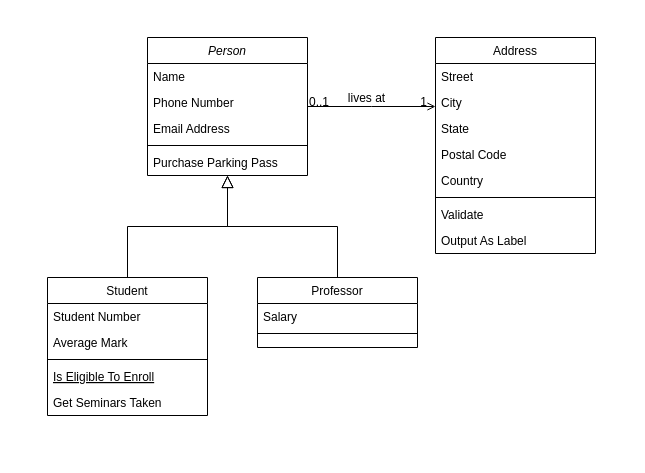
Sanalouafi/snaat-baldi-dashboard keeps this draw.io diagram as class diagram.drawio. Above is the earlier version. Source tidied: cells renumbered, new cells numbered last; positions are measured from the earlier drawing's top-left corner, leaving out a move shared by most shapes. Both pictures are drawn from the tidied source at 100%, with x=0, y=0 at pixel (47, 37).
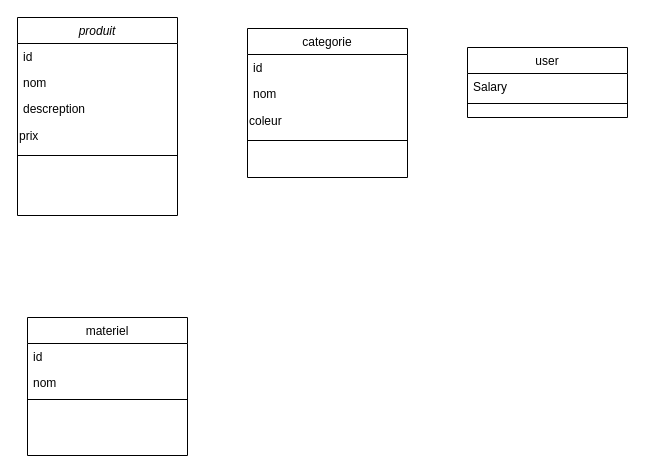
After the change.

Commit message:
ajouter les classes materiel produit categorie

Diff of the diagram source:
```diff
@@
-    <mxCell id="2" value="Person" style="swimlane;fontStyle=2;align=center;verticalAlign=top;horizontal=1;startSize=26;rounded=0;shadow=0;strokeWidth=1;" parent="1" vertex="1">
-      <mxGeometry x="100" width="160" height="138" as="geometry" />
+    <mxCell id="2" value="produit" style="swimlane;fontStyle=2;align=center;verticalAlign=top;horizontal=1;startSize=26;rounded=0;shadow=0;strokeWidth=1;" parent="1" vertex="1">
+      <mxGeometry x="-30" y="-20" width="160" height="198" as="geometry" />
     </mxCell>
-    <mxCell id="3" value="Name" style="text;align=left;verticalAlign=top;spacingLeft=4;spacingRight=4;overflow=hidden;" parent="2" vertex="1">
+    <mxCell id="3" value="id" style="text;align=left;verticalAlign=top;spacingLeft=4;spacingRight=4;overflow=hidden;" parent="2" vertex="1">
       <mxGeometry y="26" width="160" height="26" as="geometry" />
     </mxCell>
-    <mxCell id="4" value="Phone Number" style="text;align=left;verticalAlign=top;spacingLeft=4;spacingRight=4;overflow=hidden;rounded=0;shadow=0;html=0;" parent="2" vertex="1">
+    <mxCell id="4" value="nom" style="text;align=left;verticalAlign=top;spacingLeft=4;spacingRight=4;overflow=hidden;rounded=0;shadow=0;html=0;" parent="2" vertex="1">
       <mxGeometry y="52" width="160" height="26" as="geometry" />
     </mxCell>
-    <mxCell id="5" value="Email Address" style="text;align=left;verticalAlign=top;spacingLeft=4;spacingRight=4;overflow=hidden;rounded=0;shadow=0;html=0;" parent="2" vertex="1">
+    <mxCell id="5" value="descreption" style="text;align=left;verticalAlign=top;spacingLeft=4;spacingRight=4;overflow=hidden;rounded=0;shadow=0;html=0;" parent="2" vertex="1">
       <mxGeometry y="78" width="160" height="26" as="geometry" />
     </mxCell>
+    <mxCell id="32" value="&lt;div align=&quot;left&quot;&gt;prix&lt;/div&gt;" style="text;strokeColor=none;align=left;fillColor=none;html=1;verticalAlign=middle;whiteSpace=wrap;rounded=0;" parent="2" vertex="1">
+      <mxGeometry y="104" width="160" height="30" as="geometry" />
+    </mxCell>
     <mxCell id="6" style="line;html=1;strokeWidth=1;align=left;verticalAlign=middle;spacingTop=-1;spacingLeft=3;spacingRight=3;labelPosition=right;" parent="2" vertex="1">
-      <mxGeometry y="104" width="160" height="8" as="geometry" />
+      <mxGeometry y="134" width="160" height="8" as="geometry" />
     </mxCell>
-    <mxCell id="7" value="Purchase Parking Pass" style="text;align=left;verticalAlign=top;spacingLeft=4;spacingRight=4;overflow=hidden;" parent="2" vertex="1">
-      <mxGeometry y="112" width="160" height="26" as="geometry" />
-    </mxCell>
-    <mxCell id="8" value="Student" style="swimlane;fontStyle=0;align=center;verticalAlign=top;horizontal=1;startSize=26;rounded=0;shadow=0;strokeWidth=1;" parent="1" vertex="1">
-      <mxGeometry y="240" width="160" height="138" as="geometry" />
+    <mxCell id="8" value="materiel" style="swimlane;fontStyle=0;align=center;verticalAlign=top;horizontal=1;startSize=26;rounded=0;shadow=0;strokeWidth=1;" parent="1" vertex="1">
+      <mxGeometry x="-20" y="280" width="160" height="138" as="geometry" />
     </mxCell>
-    <mxCell id="9" value="Student Number" style="text;align=left;verticalAlign=top;spacingLeft=4;spacingRight=4;overflow=hidden;" parent="8" vertex="1">
+    <mxCell id="9" value="id" style="text;align=left;verticalAlign=top;spacingLeft=4;spacingRight=4;overflow=hidden;" parent="8" vertex="1">
       <mxGeometry y="26" width="160" height="26" as="geometry" />
     </mxCell>
-    <mxCell id="10" value="Average Mark" style="text;align=left;verticalAlign=top;spacingLeft=4;spacingRight=4;overflow=hidden;rounded=0;shadow=0;html=0;" parent="8" vertex="1">
+    <mxCell id="10" value="nom" style="text;align=left;verticalAlign=top;spacingLeft=4;spacingRight=4;overflow=hidden;rounded=0;shadow=0;html=0;" parent="8" vertex="1">
       <mxGeometry y="52" width="160" height="26" as="geometry" />
     </mxCell>
@@
-    <mxCell id="12" value="Is Eligible To Enroll" style="text;align=left;verticalAlign=top;spacingLeft=4;spacingRight=4;overflow=hidden;fontStyle=4;" parent="8" vertex="1">
-      <mxGeometry y="86" width="160" height="26" as="geometry" />
-    </mxCell>
-    <mxCell id="13" value="Get Seminars Taken" style="text;align=left;verticalAlign=top;spacingLeft=4;spacingRight=4;overflow=hidden;" parent="8" vertex="1">
-      <mxGeometry y="112" width="160" height="26" as="geometry" />
-    </mxCell>
-    <mxCell id="14" style="endArrow=block;endSize=10;endFill=0;shadow=0;strokeWidth=1;rounded=0;edgeStyle=elbowEdgeStyle;elbow=vertical;" parent="1" edge="1" source="8" target="2">
-      <mxGeometry relative="1" as="geometry" />
-    </mxCell>
-    <mxCell id="15" value="Professor" style="swimlane;fontStyle=0;align=center;verticalAlign=top;horizontal=1;startSize=26;rounded=0;shadow=0;strokeWidth=1;" parent="1" vertex="1">
-      <mxGeometry x="210" y="240" width="160" height="70" as="geometry" />
+    <mxCell id="15" value="user" style="swimlane;fontStyle=0;align=center;verticalAlign=top;horizontal=1;startSize=26;rounded=0;shadow=0;strokeWidth=1;" parent="1" vertex="1">
+      <mxGeometry x="420" y="10" width="160" height="70" as="geometry" />
     </mxCell>
@@
-    <mxCell id="18" style="endArrow=block;endSize=10;endFill=0;shadow=0;strokeWidth=1;rounded=0;edgeStyle=elbowEdgeStyle;elbow=vertical;" parent="1" edge="1" source="15" target="2">
-      <mxGeometry relative="1" as="geometry" />
-    </mxCell>
-    <mxCell id="19" value="Address" style="swimlane;fontStyle=0;align=center;verticalAlign=top;horizontal=1;startSize=26;rounded=0;shadow=0;strokeWidth=1;" parent="1" vertex="1">
-      <mxGeometry x="388" width="160" height="216" as="geometry" />
+    <mxCell id="19" value="categorie" style="swimlane;fontStyle=0;align=center;verticalAlign=top;horizontal=1;startSize=26;rounded=0;shadow=0;strokeWidth=1;" parent="1" vertex="1">
+      <mxGeometry x="200" y="-9" width="160" height="149" as="geometry" />
     </mxCell>
-    <mxCell id="20" value="Street" style="text;align=left;verticalAlign=top;spacingLeft=4;spacingRight=4;overflow=hidden;" parent="19" vertex="1">
+    <mxCell id="20" value="id" style="text;align=left;verticalAlign=top;spacingLeft=4;spacingRight=4;overflow=hidden;" parent="19" vertex="1">
       <mxGeometry y="26" width="160" height="26" as="geometry" />
     </mxCell>
-    <mxCell id="21" value="City" style="text;align=left;verticalAlign=top;spacingLeft=4;spacingRight=4;overflow=hidden;rounded=0;shadow=0;html=0;" parent="19" vertex="1">
+    <mxCell id="21" value="nom" style="text;align=left;verticalAlign=top;spacingLeft=4;spacingRight=4;overflow=hidden;rounded=0;shadow=0;html=0;" parent="19" vertex="1">
       <mxGeometry y="52" width="160" height="26" as="geometry" />
     </mxCell>
-    <mxCell id="22" value="State" style="text;align=left;verticalAlign=top;spacingLeft=4;spacingRight=4;overflow=hidden;rounded=0;shadow=0;html=0;" parent="19" vertex="1">
-      <mxGeometry y="78" width="160" height="26" as="geometry" />
-    </mxCell>
-    <mxCell id="23" value="Postal Code" style="text;align=left;verticalAlign=top;spacingLeft=4;spacingRight=4;overflow=hidden;rounded=0;shadow=0;html=0;" parent="19" vertex="1">
-      <mxGeometry y="104" width="160" height="26" as="geometry" />
-    </mxCell>
-    <mxCell id="24" value="Country" style="text;align=left;verticalAlign=top;spacingLeft=4;spacingRight=4;overflow=hidden;rounded=0;shadow=0;html=0;" parent="19" vertex="1">
-      <mxGeometry y="130" width="160" height="26" as="geometry" />
-    </mxCell>
+    <mxCell id="33" value="&lt;div align=&quot;left&quot;&gt;coleur&lt;/div&gt;" style="text;strokeColor=none;align=left;fillColor=none;html=1;verticalAlign=middle;whiteSpace=wrap;rounded=0;" parent="19" vertex="1">
+      <mxGeometry y="78" width="160" height="30" as="geometry" />
+    </mxCell>
     <mxCell id="25" style="line;html=1;strokeWidth=1;align=left;verticalAlign=middle;spacingTop=-1;spacingLeft=3;spacingRight=3;labelPosition=right;" parent="19" vertex="1">
-      <mxGeometry y="156" width="160" height="8" as="geometry" />
+      <mxGeometry y="108" width="160" height="8" as="geometry" />
     </mxCell>
-    <mxCell id="26" value="Validate" style="text;align=left;verticalAlign=top;spacingLeft=4;spacingRight=4;overflow=hidden;" parent="19" vertex="1">
-      <mxGeometry y="164" width="160" height="26" as="geometry" />
-    </mxCell>
-    <mxCell id="27" value="Output As Label" style="text;align=left;verticalAlign=top;spacingLeft=4;spacingRight=4;overflow=hidden;" parent="19" vertex="1">
-      <mxGeometry y="190" width="160" height="26" as="geometry" />
-    </mxCell>
-    <mxCell id="28" style="endArrow=open;shadow=0;strokeWidth=1;rounded=0;endFill=1;edgeStyle=elbowEdgeStyle;elbow=vertical;" parent="1" edge="1" source="2" target="19">
-      <mxGeometry x="0.5" y="41" relative="1" as="geometry">
-        <mxPoint x="-40" y="32" as="offset" />
-      </mxGeometry>
-    </mxCell>
-    <mxCell id="29" value="0..1" style="align=left;verticalAlign=bottom;labelBackgroundColor=none;fontSize=12;" parent="28" vertex="1">
-      <mxGeometry x="-1" relative="1" as="geometry">
-        <mxPoint y="4" as="offset" />
-      </mxGeometry>
-    </mxCell>
-    <mxCell id="30" value="1" style="align=right;verticalAlign=bottom;labelBackgroundColor=none;fontSize=12;" parent="28" vertex="1">
-      <mxGeometry x="1" relative="1" as="geometry">
-        <mxPoint x="-7" y="4" as="offset" />
-      </mxGeometry>
-    </mxCell>
-    <mxCell id="31" value="lives at" style="text;html=1;align=center;verticalAlign=middle;labelBackgroundColor=none;rounded=0;shadow=0;strokeWidth=1;fontSize=12;" parent="28" vertex="1">
-      <mxGeometry x="0.5" y="49" relative="1" as="geometry">
-        <mxPoint x="-38" y="40" as="offset" />
-      </mxGeometry>
-    </mxCell>
```
